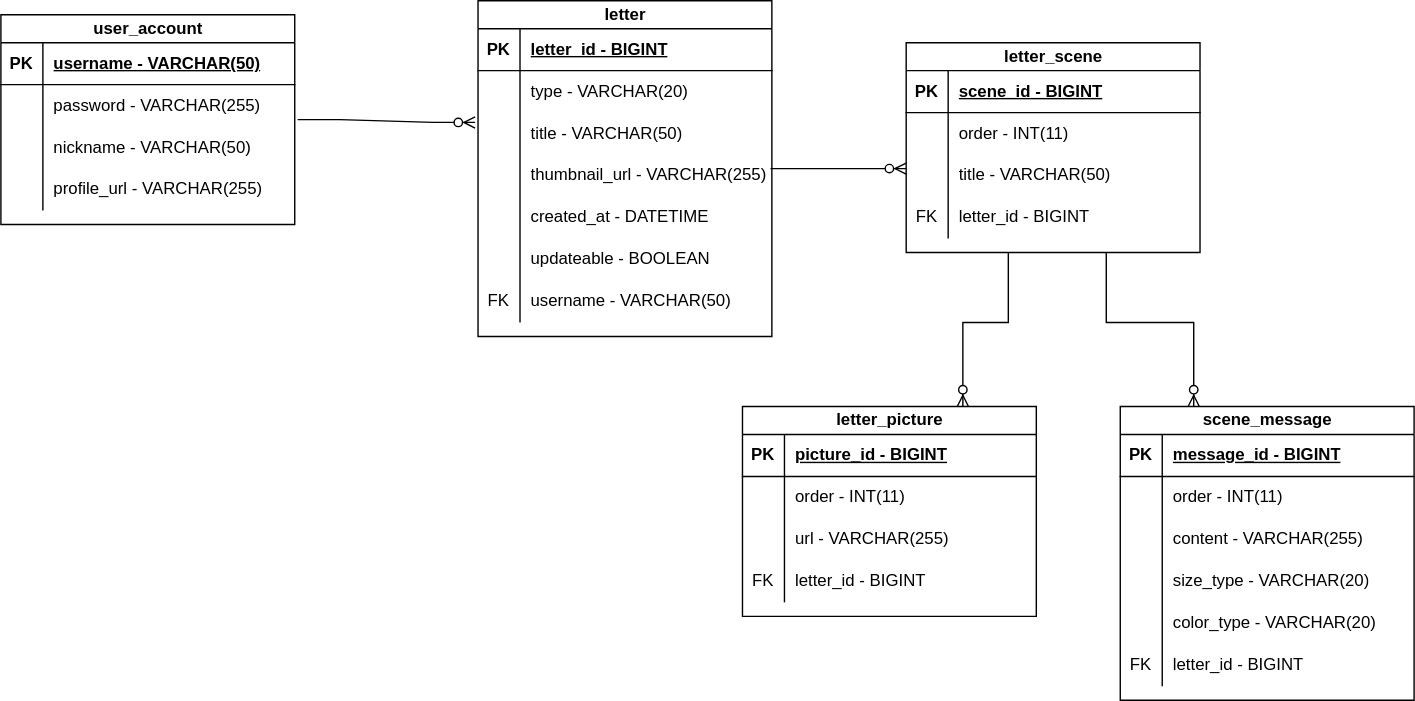
Above: document/erd_hoonsletter.drawio.svg in kangdaelyeol/hoonsletter_back_springboot (draw.io), before the change. Source tidied: cells renumbered, new cells last; positions are measured from the earlier drawing's top-left corner, leaving out a move shared by most shapes.
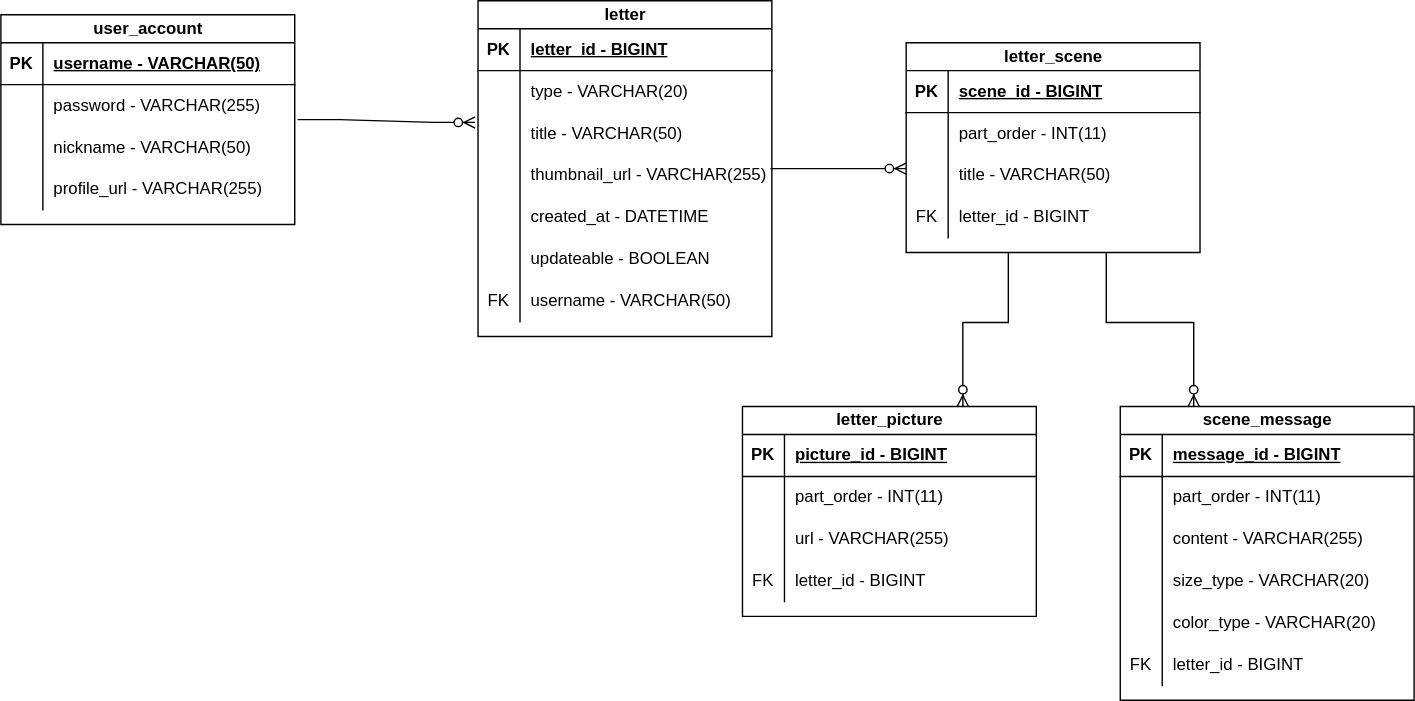
Above is the later version.

Commit message:
update order to partOrder

What changed in the source:
```diff
@@ -125,7 +125,7 @@
     <mxCell id="42" style="shape=partialRectangle;fillColor=none;top=0;left=0;bottom=0;right=0;overflow=hidden;whiteSpace=wrap;html=1;" parent="41" vertex="1">
       <mxGeometry width="30" height="30" as="geometry" />
     </mxCell>
-    <mxCell id="43" value="order - INT(11)" style="shape=partialRectangle;fillColor=none;top=0;left=0;bottom=0;right=0;align=left;spacingLeft=6;overflow=hidden;whiteSpace=wrap;html=1;" parent="41" vertex="1">
+    <mxCell id="43" value="part_order - INT(11)" style="shape=partialRectangle;fillColor=none;top=0;left=0;bottom=0;right=0;align=left;spacingLeft=6;overflow=hidden;whiteSpace=wrap;html=1;" parent="41" vertex="1">
       <mxGeometry x="30" width="180" height="30" as="geometry" />
     </mxCell>
     <mxCell id="44" style="shape=tableRow;horizontal=0;startSize=0;swimlaneHead=0;swimlaneBody=0;fillColor=none;top=0;left=0;right=0;bottom=0;" parent="37" vertex="1">
@@ -164,7 +164,7 @@
     <mxCell id="55" style="shape=partialRectangle;fillColor=none;top=0;left=0;bottom=0;right=0;overflow=hidden;whiteSpace=wrap;html=1;" parent="54" vertex="1">
       <mxGeometry width="30" height="30" as="geometry" />
     </mxCell>
-    <mxCell id="56" value="order - INT(11)" style="shape=partialRectangle;fillColor=none;top=0;left=0;bottom=0;right=0;align=left;spacingLeft=6;overflow=hidden;whiteSpace=wrap;html=1;" parent="54" vertex="1">
+    <mxCell id="56" value="part_order - INT(11)" style="shape=partialRectangle;fillColor=none;top=0;left=0;bottom=0;right=0;align=left;spacingLeft=6;overflow=hidden;whiteSpace=wrap;html=1;" parent="54" vertex="1">
       <mxGeometry x="30" width="180" height="30" as="geometry" />
     </mxCell>
     <mxCell id="57" style="shape=tableRow;horizontal=0;startSize=0;swimlaneHead=0;swimlaneBody=0;fillColor=none;top=0;left=0;right=0;bottom=0;" parent="50" vertex="1">
@@ -242,7 +242,7 @@
     <mxCell id="77" style="shape=partialRectangle;fillColor=none;top=0;left=0;bottom=0;right=0;overflow=hidden;whiteSpace=wrap;html=1;" parent="76" vertex="1">
       <mxGeometry width="30" height="30" as="geometry" />
     </mxCell>
-    <mxCell id="78" value="order - INT(11)" style="shape=partialRectangle;fillColor=none;top=0;left=0;bottom=0;right=0;align=left;spacingLeft=6;overflow=hidden;whiteSpace=wrap;html=1;" parent="76" vertex="1">
+    <mxCell id="78" value="part_order - INT(11)" style="shape=partialRectangle;fillColor=none;top=0;left=0;bottom=0;right=0;align=left;spacingLeft=6;overflow=hidden;whiteSpace=wrap;html=1;" parent="76" vertex="1">
       <mxGeometry x="30" width="180" height="30" as="geometry" />
     </mxCell>
     <mxCell id="79" style="shape=tableRow;horizontal=0;startSize=0;swimlaneHead=0;swimlaneBody=0;fillColor=none;points=[[0,0.5],[1,0.5]];portConstraint=eastwest;top=0;left=0;right=0;bottom=0;" parent="72" vertex="1">
```
